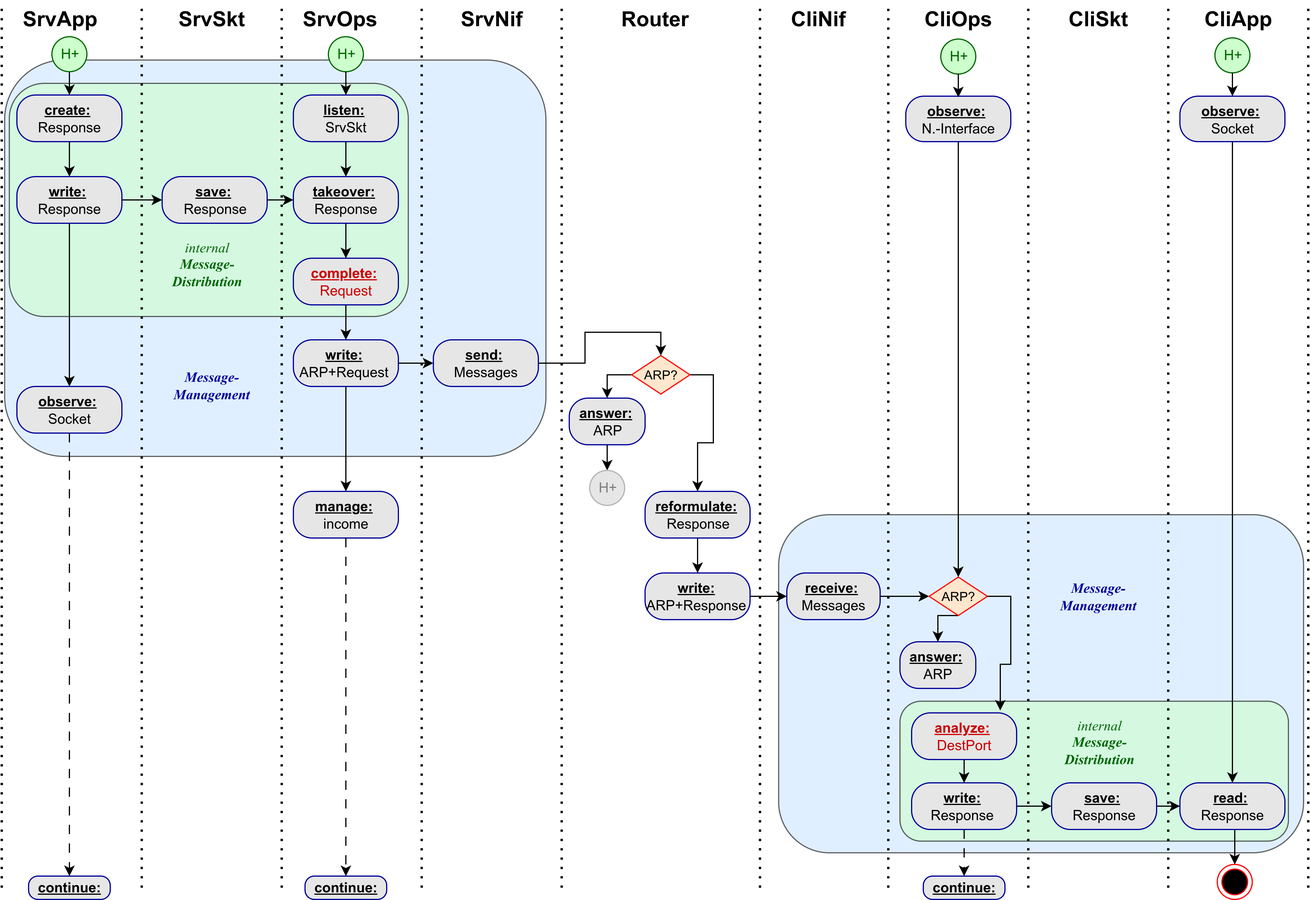
Above: sources/lf.09/img.lf/ports-sockets-response-activity.png in protirone/protico.ltx (draw.io), before the change. Source tidied: cells renumbered, new cells last; positions are measured from the earlier drawing's top-left corner, leaving out a move shared by most shapes.
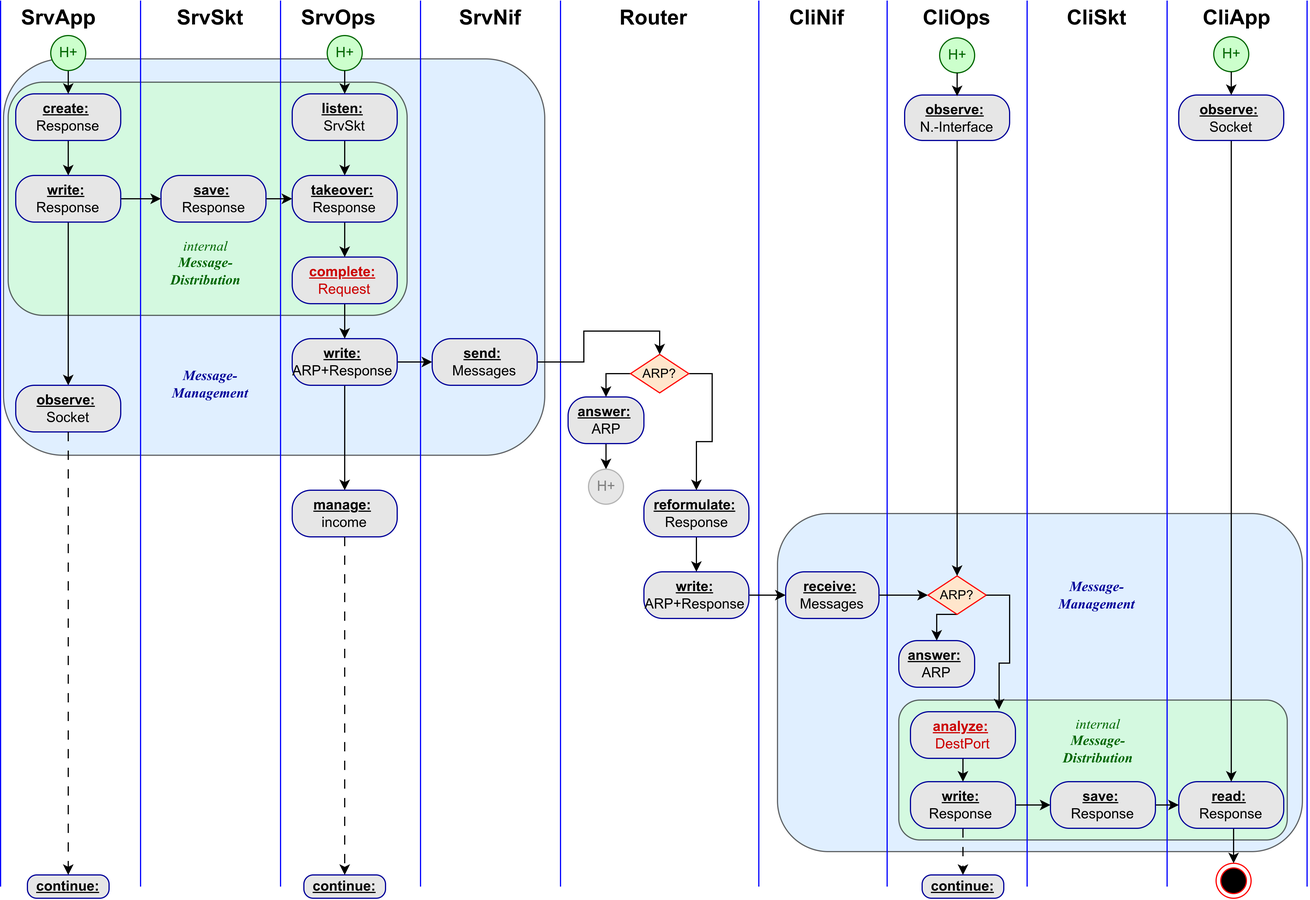
The same diagram one commit later.

Diff of the diagram source:
```diff
@@ -14,7 +14,7 @@
     <mxCell id="5" style="rounded=1;whiteSpace=wrap;html=1;fillColor=#CCFFCC;opacity=60;" parent="1" vertex="1">
       <mxGeometry x="6.5" y="70" width="342" height="200" as="geometry" />
     </mxCell>
-    <mxCell id="6" style="endArrow=none;dashed=1;html=1;dashPattern=1 3;strokeWidth=2;rounded=0;" parent="1" edge="1">
+    <mxCell id="6" style="endArrow=none;html=1;strokeWidth=1;rounded=0;strokeColor=#0000FF;" parent="1" edge="1">
       <mxGeometry relative="1" as="geometry">
         <mxPoint y="760" as="sourcePoint" />
         <mxPoint as="targetPoint" />
@@ -47,43 +47,43 @@
     <mxCell id="15" value="&lt;b&gt;&lt;font style=&quot;font-size: 18px;&quot;&gt;CliSkt&lt;/font&gt;&lt;/b&gt;" style="text;html=1;align=center;verticalAlign=middle;whiteSpace=wrap;rounded=0;" parent="1" vertex="1">
       <mxGeometry x="900" width="80" height="30" as="geometry" />
     </mxCell>
-    <mxCell id="16" style="endArrow=none;dashed=1;html=1;dashPattern=1 3;strokeWidth=2;rounded=0;" parent="1" edge="1">
+    <mxCell id="16" style="endArrow=none;html=1;strokeWidth=1;rounded=0;strokeColor=#0000FF;" parent="1" edge="1">
       <mxGeometry relative="1" as="geometry">
         <mxPoint x="120" y="760" as="sourcePoint" />
         <mxPoint x="120" as="targetPoint" />
       </mxGeometry>
     </mxCell>
-    <mxCell id="17" style="endArrow=none;dashed=1;html=1;dashPattern=1 3;strokeWidth=2;rounded=0;" parent="1" edge="1">
+    <mxCell id="17" style="endArrow=none;html=1;strokeWidth=1;rounded=0;strokeColor=#0000FF;" parent="1" edge="1">
       <mxGeometry relative="1" as="geometry">
         <mxPoint x="240" y="760" as="sourcePoint" />
         <mxPoint x="240" as="targetPoint" />
       </mxGeometry>
     </mxCell>
-    <mxCell id="18" style="endArrow=none;dashed=1;html=1;dashPattern=1 3;strokeWidth=2;rounded=0;" parent="1" edge="1">
+    <mxCell id="18" style="endArrow=none;html=1;strokeWidth=1;rounded=0;strokeColor=#0000FF;" parent="1" edge="1">
       <mxGeometry relative="1" as="geometry">
         <mxPoint x="360" y="760" as="sourcePoint" />
         <mxPoint x="360" as="targetPoint" />
       </mxGeometry>
     </mxCell>
-    <mxCell id="19" style="endArrow=none;dashed=1;html=1;dashPattern=1 3;strokeWidth=2;rounded=0;" parent="1" edge="1">
+    <mxCell id="19" style="endArrow=none;html=1;strokeWidth=1;rounded=0;strokeColor=#0000FF;" parent="1" edge="1">
       <mxGeometry relative="1" as="geometry">
         <mxPoint x="480" y="760" as="sourcePoint" />
         <mxPoint x="480" as="targetPoint" />
       </mxGeometry>
     </mxCell>
-    <mxCell id="20" style="endArrow=none;dashed=1;html=1;dashPattern=1 3;strokeWidth=2;rounded=0;" parent="1" edge="1">
+    <mxCell id="20" style="endArrow=none;html=1;strokeWidth=1;rounded=0;strokeColor=#0000FF;" parent="1" edge="1">
       <mxGeometry relative="1" as="geometry">
         <mxPoint x="650" y="760" as="sourcePoint" />
         <mxPoint x="650" as="targetPoint" />
       </mxGeometry>
     </mxCell>
-    <mxCell id="21" style="endArrow=none;dashed=1;html=1;dashPattern=1 3;strokeWidth=2;rounded=0;" parent="1" edge="1">
+    <mxCell id="21" style="endArrow=none;html=1;strokeWidth=1;rounded=0;strokeColor=#0000FF;" parent="1" edge="1">
       <mxGeometry relative="1" as="geometry">
         <mxPoint x="760" y="760" as="sourcePoint" />
         <mxPoint x="760" as="targetPoint" />
       </mxGeometry>
     </mxCell>
-    <mxCell id="22" style="endArrow=none;dashed=1;html=1;dashPattern=1 3;strokeWidth=2;rounded=0;" parent="1" edge="1">
+    <mxCell id="22" style="endArrow=none;html=1;strokeWidth=1;rounded=0;strokeColor=#0000FF;" parent="1" edge="1">
       <mxGeometry relative="1" as="geometry">
         <mxPoint x="880" y="760" as="sourcePoint" />
         <mxPoint x="880" as="targetPoint" />
@@ -92,13 +92,13 @@
     <mxCell id="23" style="edgeStyle=orthogonalEdgeStyle;rounded=0;orthogonalLoop=1;jettySize=auto;html=1;exitX=0.5;exitY=1;exitDx=0;exitDy=0;" parent="1" edge="1" source="14" target="14">
       <mxGeometry relative="1" as="geometry" />
     </mxCell>
-    <mxCell id="24" style="endArrow=none;dashed=1;html=1;dashPattern=1 3;strokeWidth=2;rounded=0;" parent="1" edge="1">
+    <mxCell id="24" style="endArrow=none;html=1;strokeWidth=1;rounded=0;strokeColor=#0000FF;" parent="1" edge="1">
       <mxGeometry relative="1" as="geometry">
         <mxPoint x="1000" y="760" as="sourcePoint" />
         <mxPoint x="1000" as="targetPoint" />
       </mxGeometry>
     </mxCell>
-    <mxCell id="25" style="endArrow=none;dashed=1;html=1;dashPattern=1 3;strokeWidth=2;rounded=0;" parent="1" edge="1">
+    <mxCell id="25" style="endArrow=none;html=1;strokeWidth=1;rounded=0;strokeColor=#0000FF;" parent="1" edge="1">
       <mxGeometry relative="1" as="geometry">
         <mxPoint x="1120" y="760" as="sourcePoint" />
         <mxPoint x="1120" as="targetPoint" />
@@ -203,7 +203,7 @@
     <mxCell id="57" style="edgeStyle=orthogonalEdgeStyle;rounded=0;jettySize=auto;html=1;exitX=0.5;exitY=1;exitDx=0;exitDy=0;entryX=0.5;entryY=0;entryDx=0;entryDy=0;" parent="1" edge="1" source="58" target="77">
       <mxGeometry relative="1" as="geometry" />
     </mxCell>
-    <mxCell id="58" value="&lt;b&gt;&lt;u&gt;write:&lt;/u&gt;&lt;/b&gt;&amp;nbsp;&lt;div&gt;ARP+Request&amp;nbsp;&lt;/div&gt;" style="rounded=1;whiteSpace=wrap;html=1;arcSize=40;fontColor=#000000;fillColor=#E6E6E6;strokeColor=#000099;" parent="1" vertex="1">
+    <mxCell id="58" value="&lt;b&gt;&lt;u&gt;write:&lt;/u&gt;&lt;/b&gt;&amp;nbsp;&lt;div&gt;ARP+Response&amp;nbsp;&lt;/div&gt;" style="rounded=1;whiteSpace=wrap;html=1;arcSize=40;fontColor=#000000;fillColor=#E6E6E6;strokeColor=#000099;" parent="1" vertex="1">
       <mxGeometry x="250" y="290" width="90" height="40" as="geometry" />
     </mxCell>
     <mxCell id="59" style="edgeStyle=orthogonalEdgeStyle;rounded=0;jettySize=auto;html=1;exitX=0.5;exitY=1;exitDx=0;exitDy=0;entryX=0.5;entryY=0;entryDx=0;entryDy=0;" parent="1" edge="1" source="60" target="61">
```
